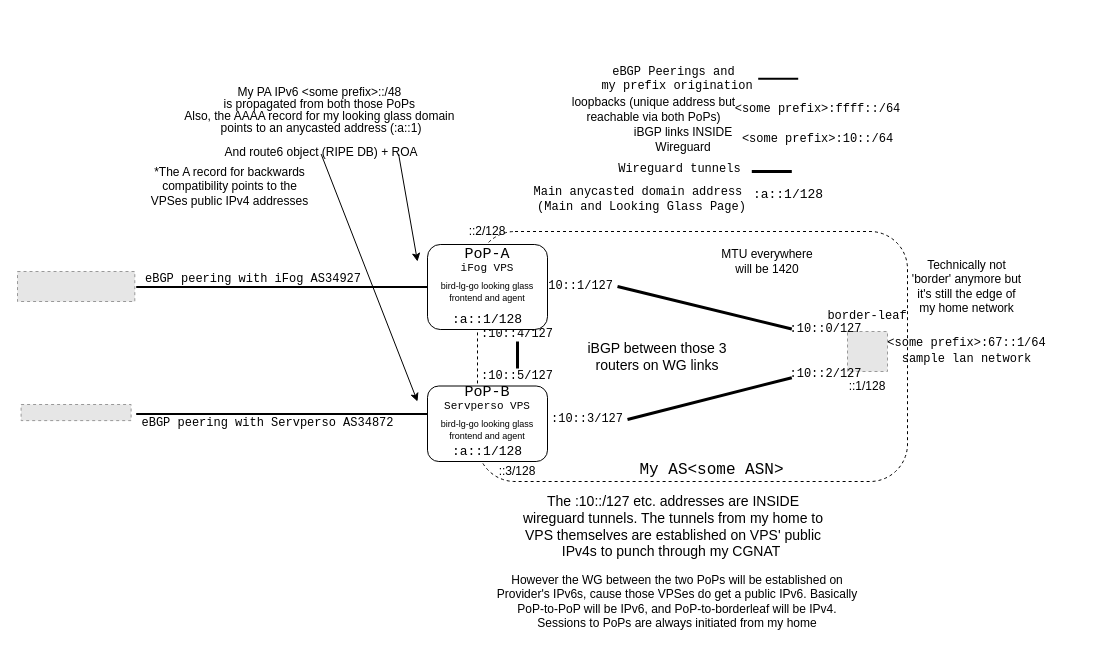
The draw.io diagram media/ownassimplified.drawio in Andreansx/Networking-lab, before the edit. Source tidied: cells renumbered, new cells numbered last; positions are measured from the earlier drawing's top-left corner, leaving out a move shared by most shapes. Both pictures are drawn from the tidied source at 100%, with x=0, y=0 at pixel (17, 63). Pictures stored in the file or linked from it are replaced by grey dashed boxes.
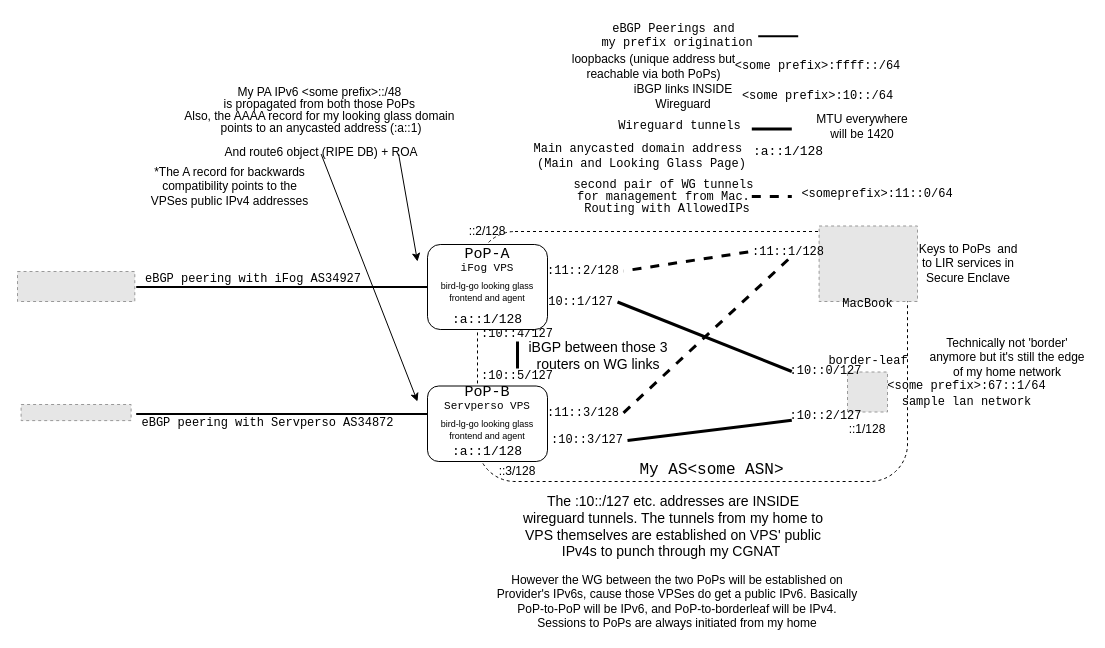
The same diagram, later.

Diff of the diagram source:
```diff
@@
     <mxCell id="3" style="fillColor=#E6E6E6;strokeColor=#999999;dashed=1;verticalLabelPosition=bottom;verticalAlign=top;" parent="1" vertex="1">
-      <mxGeometry x="830" y="268" width="40" height="40" as="geometry" />
+      <mxGeometry x="830" y="308.5" width="40" height="40" as="geometry" />
     </mxCell>
     <mxCell id="4" value="&lt;div style=&quot;line-height: 10%;&quot;&gt;&lt;pre&gt;border-leaf&lt;/pre&gt;&lt;/div&gt;" style="text;html=1;whiteSpace=wrap;strokeColor=none;fillColor=none;align=center;verticalAlign=middle;rounded=0;" parent="1" vertex="1">
-      <mxGeometry x="790" y="243" width="120" height="20" as="geometry" />
+      <mxGeometry x="805.8" y="290" width="90" height="15" as="geometry" />
     </mxCell>
@@
     <mxCell id="8" value="&lt;pre&gt;Wireguard tunnels &lt;/pre&gt;" style="text;html=1;whiteSpace=wrap;strokeColor=none;fillColor=none;align=center;verticalAlign=middle;rounded=0;" parent="1" vertex="1">
-      <mxGeometry x="605.7" y="90.5" width="120" height="30" as="geometry" />
+      <mxGeometry x="605.7" y="48" width="120" height="30" as="geometry" />
     </mxCell>
     <mxCell id="9" style="endArrow=none;html=1;rounded=0;strokeColor=light-dark(#000000,#88171A);strokeWidth=3;" parent="1" edge="1">
       <mxGeometry relative="1" as="geometry">
-        <mxPoint x="734.3" y="108" as="sourcePoint" />
-        <mxPoint x="774.3" y="108" as="targetPoint" />
+        <mxPoint x="734.3" y="65.5" as="sourcePoint" />
+        <mxPoint x="774.3" y="65.5" as="targetPoint" />
       </mxGeometry>
     </mxCell>
     <mxCell id="10" value="&lt;p&gt;&lt;font style=&quot;font-size: 14px;&quot;&gt;iBGP between those 3 routers on WG links&lt;/font&gt;&lt;/p&gt;" style="text;html=1;whiteSpace=wrap;strokeColor=none;fillColor=none;align=center;verticalAlign=middle;rounded=0;" parent="1" vertex="1">
-      <mxGeometry x="560" y="278" width="160" height="30" as="geometry" />
+      <mxGeometry x="500.7" y="277" width="160" height="30" as="geometry" />
     </mxCell>
@@
     <mxCell id="13" value="::1/128" style="text;html=1;whiteSpace=wrap;strokeColor=none;fillColor=none;align=center;verticalAlign=middle;rounded=0;fontColor=light-dark(#000000,#3399FF);" parent="1" vertex="1">
-      <mxGeometry x="820" y="308" width="60" height="30" as="geometry" />
+      <mxGeometry x="820" y="350.5" width="60" height="30" as="geometry" />
     </mxCell>
     <mxCell id="14" value="&lt;pre&gt;&amp;lt;some prefix&amp;gt;:10::/64&lt;/pre&gt;" style="text;html=1;whiteSpace=wrap;strokeColor=none;fillColor=none;align=center;verticalAlign=middle;rounded=0;fontColor=light-dark(#000000,#FF3399);" parent="1" vertex="1">
-      <mxGeometry x="720.7" y="60.5" width="159.3" height="30" as="geometry" />
+      <mxGeometry x="720.7" y="18" width="159.3" height="30" as="geometry" />
     </mxCell>
     <mxCell id="15" value="iBGP links INSIDE Wireguard" style="text;html=1;whiteSpace=wrap;strokeColor=none;fillColor=none;align=center;verticalAlign=middle;rounded=0;" parent="1" vertex="1">
-      <mxGeometry x="610.7" y="60.5" width="110" height="30" as="geometry" />
+      <mxGeometry x="610.7" y="18" width="110" height="30" as="geometry" />
     </mxCell>
     <mxCell id="16" value="&lt;pre&gt;&lt;span style=&quot;&quot;&gt;&amp;lt;some prefix&amp;gt;:ffff::/64&lt;/span&gt;&lt;/pre&gt;" style="text;html=1;whiteSpace=wrap;strokeColor=none;fillColor=none;align=center;verticalAlign=middle;rounded=0;fontColor=light-dark(#000000,#3399FF);" parent="1" vertex="1">
-      <mxGeometry x="720.7" y="30.5" width="159.3" height="30" as="geometry" />
+      <mxGeometry x="720.7" y="-12" width="159.3" height="30" as="geometry" />
     </mxCell>
     <mxCell id="17" value="loopbacks (unique address but reachable via both PoPs)" style="text;html=1;whiteSpace=wrap;strokeColor=none;fillColor=none;align=center;verticalAlign=middle;rounded=0;" parent="1" vertex="1">
-      <mxGeometry x="551.1" y="30.5" width="171.3" height="30" as="geometry" />
+      <mxGeometry x="551.1" y="-12" width="171.3" height="30" as="geometry" />
     </mxCell>
@@
-    <mxCell id="19" value="&lt;pre&gt;:10::0/127&lt;/pre&gt;" style="text;html=1;whiteSpace=wrap;strokeColor=none;fillColor=none;align=center;verticalAlign=middle;rounded=0;fontColor=light-dark(#000000,#FFB2CE);" parent="1" vertex="1">
-      <mxGeometry x="774.3" y="258" width="69.3" height="15" as="geometry" />
+    <mxCell id="19" value="&lt;pre&gt;:10::0/127&lt;/pre&gt;" style="text;html=1;whiteSpace=wrap;strokeColor=none;fillColor=none;align=center;verticalAlign=middle;rounded=0;fontColor=light-dark(#000000,#FF3399);" parent="1" vertex="1">
+      <mxGeometry x="774.3" y="300.5" width="69.3" height="15" as="geometry" />
     </mxCell>
@@
-    <mxCell id="21" value="&lt;pre&gt;:10::2/127&lt;/pre&gt;" style="text;html=1;whiteSpace=wrap;strokeColor=none;fillColor=none;align=center;verticalAlign=middle;rounded=0;fontColor=light-dark(#000000,#FFB2CE);" parent="1" vertex="1">
-      <mxGeometry x="774.3" y="303" width="69.3" height="15" as="geometry" />
+    <mxCell id="21" value="&lt;pre&gt;:10::2/127&lt;/pre&gt;" style="text;html=1;whiteSpace=wrap;strokeColor=none;fillColor=none;align=center;verticalAlign=middle;rounded=0;fontColor=light-dark(#000000,#FF3399);" parent="1" vertex="1">
+      <mxGeometry x="774.3" y="345.5" width="69.3" height="15" as="geometry" />
     </mxCell>
-    <mxCell id="22" value="&lt;pre&gt;:10::1/127&lt;/pre&gt;" style="text;html=1;whiteSpace=wrap;strokeColor=none;fillColor=none;align=center;verticalAlign=middle;rounded=0;fontColor=light-dark(#000000,#FFB2CE);" parent="1" vertex="1">
-      <mxGeometry x="520" y="208" width="80" height="30" as="geometry" />
+    <mxCell id="22" value="&lt;pre&gt;:10::1/127&lt;/pre&gt;" style="text;html=1;whiteSpace=wrap;strokeColor=none;fillColor=none;align=center;verticalAlign=middle;rounded=0;fontColor=light-dark(#000000,#FF3399);" parent="1" vertex="1">
+      <mxGeometry x="520" y="231" width="80" height="15" as="geometry" />
     </mxCell>
-    <mxCell id="23" value="&lt;pre&gt;:10::3/127&lt;/pre&gt;" style="text;html=1;whiteSpace=wrap;strokeColor=none;fillColor=none;align=center;verticalAlign=middle;rounded=0;fontColor=light-dark(#000000,#FFB2CE);" parent="1" vertex="1">
-      <mxGeometry x="530" y="341" width="80" height="30" as="geometry" />
+    <mxCell id="23" value="&lt;pre&gt;:10::3/127&lt;/pre&gt;" style="text;html=1;whiteSpace=wrap;strokeColor=none;fillColor=none;align=center;verticalAlign=middle;rounded=0;fontColor=light-dark(#000000,#FF3399);" parent="1" vertex="1">
+      <mxGeometry x="530" y="367" width="80" height="20" as="geometry" />
     </mxCell>
-    <mxCell id="24" value="&lt;pre&gt;:10::4/127&lt;/pre&gt;" style="text;html=1;whiteSpace=wrap;strokeColor=none;fillColor=none;align=center;verticalAlign=middle;rounded=0;fontColor=light-dark(#000000,#FFB2CE);" parent="1" vertex="1">
+    <mxCell id="24" value="&lt;pre&gt;:10::4/127&lt;/pre&gt;" style="text;html=1;whiteSpace=wrap;strokeColor=none;fillColor=none;align=center;verticalAlign=middle;rounded=0;fontColor=light-dark(#000000,#FF3399);" parent="1" vertex="1">
       <mxGeometry x="460" y="263" width="80" height="15" as="geometry" />
     </mxCell>
-    <mxCell id="25" value="&lt;pre&gt;:10::5/127&lt;/pre&gt;" style="text;html=1;whiteSpace=wrap;strokeColor=none;fillColor=none;align=center;verticalAlign=middle;rounded=0;fontColor=light-dark(#000000,#FFB2CE);" parent="1" vertex="1">
+    <mxCell id="25" value="&lt;pre&gt;:10::5/127&lt;/pre&gt;" style="text;html=1;whiteSpace=wrap;strokeColor=none;fillColor=none;align=center;verticalAlign=middle;rounded=0;fontColor=light-dark(#000000,#FF3399);" parent="1" vertex="1">
       <mxGeometry x="460" y="305" width="80" height="15" as="geometry" />
     </mxCell>
@@
     <mxCell id="32" value="Technically not 'border' anymore but it's still the edge of my home network" style="text;html=1;whiteSpace=wrap;strokeColor=none;fillColor=none;align=center;verticalAlign=middle;rounded=0;" parent="1" vertex="1">
-      <mxGeometry x="890" y="208" width="119.3" height="30" as="geometry" />
+      <mxGeometry x="910" y="278.5" width="160" height="30" as="geometry" />
     </mxCell>
@@
     <mxCell id="34" style="endArrow=none;html=1;rounded=0;strokeWidth=2;strokeColor=light-dark(#000000,#99FF33);" parent="1" edge="1">
       <mxGeometry relative="1" as="geometry">
-        <mxPoint x="740.7" y="15.2" as="sourcePoint" />
-        <mxPoint x="780.7" y="15.2" as="targetPoint" />
+        <mxPoint x="740.7" y="-27.3" as="sourcePoint" />
+        <mxPoint x="780.7" y="-27.3" as="targetPoint" />
       </mxGeometry>
     </mxCell>
     <mxCell id="35" value="&lt;div style=&quot;line-height: 10%;&quot;&gt;&lt;pre&gt;eBGP Peerings and&amp;nbsp;&lt;/pre&gt;&lt;pre&gt;my prefix origination&lt;/pre&gt;&lt;/div&gt;" style="text;html=1;whiteSpace=wrap;strokeColor=none;fillColor=none;align=center;verticalAlign=middle;rounded=0;" parent="1" vertex="1">
-      <mxGeometry x="600" y="0.5" width="120" height="30" as="geometry" />
+      <mxGeometry x="600" y="-42" width="120" height="30" as="geometry" />
     </mxCell>
@@
     <mxCell id="37" value="&lt;div style=&quot;line-height: 30%;&quot;&gt;&lt;pre&gt;&lt;span style=&quot;color: light-dark(rgb(0, 0, 0), rgb(153, 255, 255));&quot;&gt;&amp;lt;some prefix&amp;gt;:67::1/64&lt;/span&gt;&lt;/pre&gt;&lt;pre&gt;&lt;span style=&quot;color: light-dark(rgb(0, 0, 0), rgb(153, 255, 255));&quot;&gt;sample lan network&lt;/span&gt;&lt;/pre&gt;&lt;/div&gt;" style="text;html=1;whiteSpace=wrap;strokeColor=none;fillColor=none;align=center;verticalAlign=middle;rounded=0;fontColor=light-dark(#000000,#3399FF);" parent="1" vertex="1">
-      <mxGeometry x="870" y="273" width="159.3" height="30" as="geometry" />
+      <mxGeometry x="870" y="315.5" width="159.3" height="30" as="geometry" />
     </mxCell>
@@
     <mxCell id="47" value="&lt;pre&gt;&lt;font style=&quot;font-size: 13px; color: light-dark(rgb(0, 0, 0), rgb(0, 255, 128));&quot;&gt;:a::1/128&lt;/font&gt;&lt;/pre&gt;" style="text;html=1;whiteSpace=wrap;strokeColor=none;fillColor=none;align=center;verticalAlign=middle;rounded=0;" parent="1" vertex="1">
-      <mxGeometry x="730.7" y="120.5" width="80" height="20" as="geometry" />
+      <mxGeometry x="730.7" y="78" width="80" height="20" as="geometry" />
     </mxCell>
     <mxCell id="48" value="&lt;div style=&quot;line-height: 20%;&quot;&gt;&lt;pre&gt;Main anycasted domain address&amp;nbsp;&lt;/pre&gt;&lt;pre&gt;(Main and Looking Glass Page)&lt;/pre&gt;&lt;/div&gt;" style="text;html=1;whiteSpace=wrap;strokeColor=none;fillColor=none;align=center;verticalAlign=middle;rounded=0;" parent="1" vertex="1">
-      <mxGeometry x="523" y="120.5" width="202.7" height="30" as="geometry" />
+      <mxGeometry x="523" y="78" width="202.7" height="30" as="geometry" />
     </mxCell>
@@
     <mxCell id="51" value="MTU everywhere will be 1420" style="text;html=1;whiteSpace=wrap;strokeColor=none;fillColor=none;align=center;verticalAlign=middle;rounded=0;" parent="1" vertex="1">
-      <mxGeometry x="695" y="183" width="110" height="30" as="geometry" />
+      <mxGeometry x="790" y="48" width="110" height="30" as="geometry" />
     </mxCell>
+    <mxCell id="52" style="fillColor=#E6E6E6;strokeColor=#999999;dashed=1;verticalLabelPosition=bottom;verticalAlign=top;" parent="1" vertex="1">
+      <mxGeometry x="801.6" y="162.5" width="98.4" height="75.5" as="geometry" />
+    </mxCell>
+    <mxCell id="53" value="&lt;div style=&quot;line-height: 10%;&quot;&gt;&lt;pre&gt;MacBook&lt;/pre&gt;&lt;/div&gt;" style="text;html=1;whiteSpace=wrap;strokeColor=none;fillColor=none;align=center;verticalAlign=middle;rounded=0;" parent="1" vertex="1">
+      <mxGeometry x="816.1" y="233" width="69.3" height="15" as="geometry" />
+    </mxCell>
+    <mxCell id="54" value="Keys to PoPs &amp;nbsp;and to LIR services in Secure Enclave" style="text;html=1;whiteSpace=wrap;strokeColor=none;fillColor=none;align=center;verticalAlign=middle;rounded=0;" parent="1" vertex="1">
+      <mxGeometry x="895.8" y="185" width="110" height="30" as="geometry" />
+    </mxCell>
+    <mxCell id="55" value="&lt;div style=&quot;line-height: 0%;&quot;&gt;&lt;pre&gt;second pair of WG tunnels&amp;nbsp;&lt;/pre&gt;&lt;pre&gt;for management from Mac.&amp;nbsp;&lt;/pre&gt;&lt;pre&gt;Routing with AllowedIPs&lt;/pre&gt;&lt;/div&gt;" style="text;html=1;whiteSpace=wrap;strokeColor=none;fillColor=none;align=center;verticalAlign=middle;rounded=0;" parent="1" vertex="1">
+      <mxGeometry x="590" y="118" width="120" height="30" as="geometry" />
+    </mxCell>
+    <mxCell id="56" style="endArrow=none;html=1;rounded=0;strokeColor=light-dark(#000000,#B266FF);strokeWidth=3;dashed=1;" parent="1" edge="1">
+      <mxGeometry relative="1" as="geometry">
+        <mxPoint x="734.3" y="133" as="sourcePoint" />
+        <mxPoint x="774.3" y="133" as="targetPoint" />
+      </mxGeometry>
+    </mxCell>
+    <mxCell id="57" style="endArrow=none;html=1;rounded=0;strokeColor=light-dark(#000000,#B266FF);strokeWidth=3;dashed=1;exitX=0;exitY=0.5;exitDx=0;exitDy=0;entryX=1;entryY=0.5;entryDx=0;entryDy=0;" parent="1" edge="1" source="58" target="59">
+      <mxGeometry relative="1" as="geometry" />
+    </mxCell>
+    <mxCell id="58" value="&lt;pre&gt;:11::1/128&lt;/pre&gt;" style="text;html=1;whiteSpace=wrap;strokeColor=none;fillColor=none;align=center;verticalAlign=middle;rounded=0;fontColor=light-dark(#000000,#B266FF);" parent="1" vertex="1">
+      <mxGeometry x="730.7" y="181" width="80" height="15" as="geometry" />
+    </mxCell>
+    <mxCell id="59" value="&lt;pre&gt;:11::2/128&lt;/pre&gt;" style="text;html=1;whiteSpace=wrap;strokeColor=none;fillColor=none;align=center;verticalAlign=middle;rounded=0;fontColor=light-dark(#000000,#B266FF);" parent="1" vertex="1">
+      <mxGeometry x="526" y="200" width="80" height="15" as="geometry" />
+    </mxCell>
+    <mxCell id="60" value="&lt;pre&gt;:11::3/128&lt;/pre&gt;" style="text;html=1;whiteSpace=wrap;strokeColor=none;fillColor=none;align=center;verticalAlign=middle;rounded=0;fontColor=light-dark(#000000,#B266FF);" parent="1" vertex="1">
+      <mxGeometry x="525.7" y="342.1" width="80" height="15" as="geometry" />
+    </mxCell>
+    <mxCell id="61" style="endArrow=none;html=1;rounded=0;strokeColor=light-dark(#000000,#B266FF);strokeWidth=3;dashed=1;exitX=0.5;exitY=1;exitDx=0;exitDy=0;entryX=1;entryY=0.5;entryDx=0;entryDy=0;" parent="1" edge="1" source="58" target="60">
+      <mxGeometry relative="1" as="geometry" />
+    </mxCell>
+    <mxCell id="62" value="&lt;pre&gt;&amp;lt;someprefix&amp;gt;:11::0/64&lt;/pre&gt;" style="text;html=1;whiteSpace=wrap;strokeColor=none;fillColor=none;align=center;verticalAlign=middle;rounded=0;fontColor=light-dark(#000000,#B266FF);" parent="1" vertex="1">
+      <mxGeometry x="780" y="123" width="160" height="15" as="geometry" />
+    </mxCell>
```
